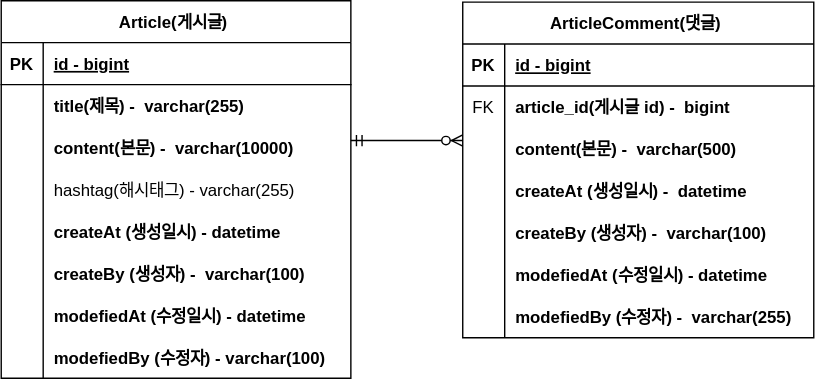
The draw.io diagram document/project-board-ERD.drawio.svg in tagi23/board-project, before a commit. Source tidied: cells renumbered, new cells last; positions are measured from the earlier drawing's top-left corner, leaving out a move shared by most shapes.
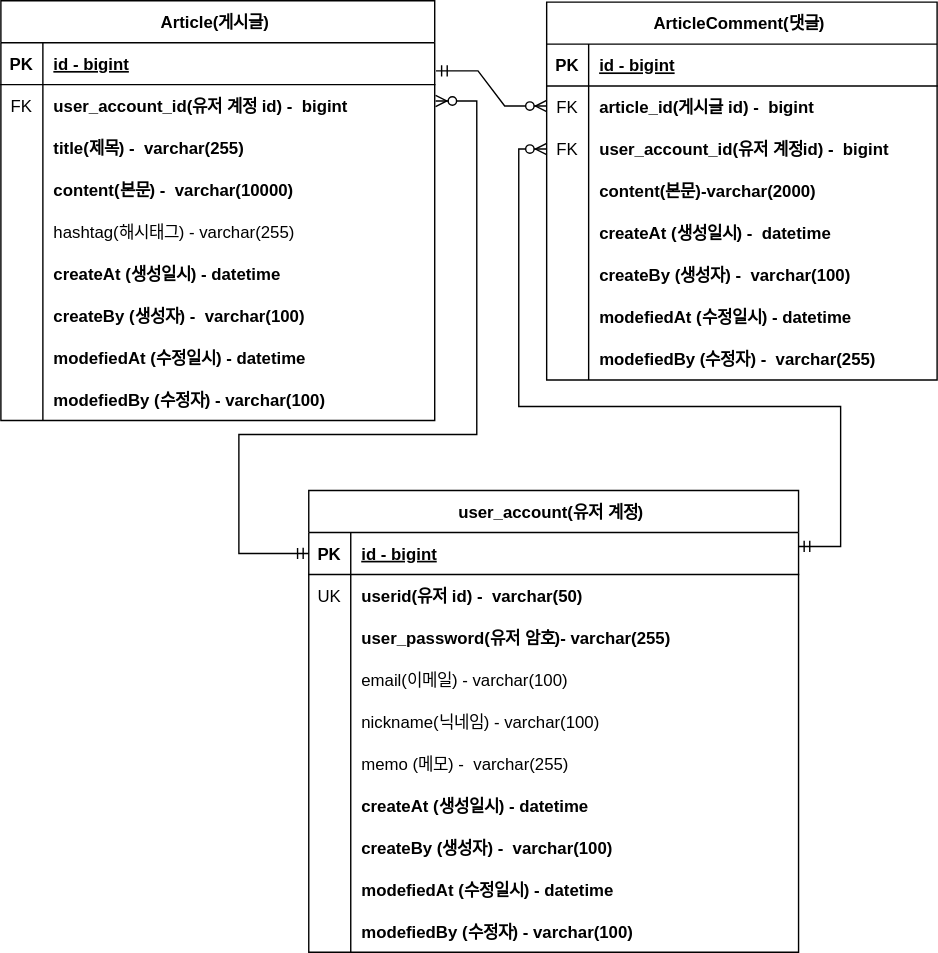
Above is the later version.

Commit message:
project-board-ERD에 userAccount 이름으로 회원 계정 도메인 생성

The edit, as a diff of the source:
```diff
@@ -5,6 +5,6 @@
     <mxCell id="2" value="Article(게시글) " style="shape=table;startSize=30;rowLines=0;fontStyle=1;align=center;" parent="1" vertex="1">
-      <mxGeometry width="250" height="270" as="geometry" />
+      <mxGeometry x="-60" width="310" height="300" as="geometry" />
     </mxCell>
     <mxCell id="3" style="shape=partialRectangle;fillColor=none;points=[[0,0.5],[1,0.5]];portConstraint=eastwest;top=0;left=0;right=0;bottom=1;" parent="2" vertex="1">
-      <mxGeometry y="30" width="250" height="30" as="geometry" />
+      <mxGeometry y="30" width="310" height="30" as="geometry" />
     </mxCell>
@@ -14,15 +14,24 @@
     <mxCell id="5" value="id - bigint" style="shape=partialRectangle;overflow=hidden;fillColor=none;top=0;left=0;bottom=0;right=0;align=left;spacingLeft=6;fontStyle=5;" parent="3" vertex="1">
-      <mxGeometry x="30" width="220" height="30" as="geometry" />
+      <mxGeometry x="30" width="280" height="30" as="geometry" />
     </mxCell>
     <mxCell id="6" style="shape=partialRectangle;fillColor=none;points=[[0,0.5],[1,0.5]];portConstraint=eastwest;top=0;left=0;right=0;bottom=0;" parent="2" vertex="1">
-      <mxGeometry y="60" width="250" height="30" as="geometry" />
+      <mxGeometry y="60" width="310" height="30" as="geometry" />
     </mxCell>
-    <mxCell id="7" style="shape=partialRectangle;overflow=hidden;fillColor=none;top=0;left=0;bottom=0;right=0;" parent="6" vertex="1">
+    <mxCell id="7" value="FK" style="shape=partialRectangle;overflow=hidden;fillColor=none;top=0;left=0;bottom=0;right=0;" parent="6" vertex="1">
       <mxGeometry width="30" height="30" as="geometry" />
     </mxCell>
-    <mxCell id="8" value="title(제목) -  varchar(255)" style="shape=partialRectangle;overflow=hidden;fillColor=none;top=0;left=0;bottom=0;right=0;align=left;spacingLeft=6;fontStyle=1;" parent="6" vertex="1">
-      <mxGeometry x="30" width="220" height="30" as="geometry" />
+    <mxCell id="8" value="user_account_id(유저 계정 id) -  bigint" style="shape=partialRectangle;overflow=hidden;fillColor=none;top=0;left=0;bottom=0;right=0;align=left;spacingLeft=6;fontStyle=1;" parent="6" vertex="1">
+      <mxGeometry x="30" width="280" height="30" as="geometry" />
     </mxCell>
+    <mxCell id="50" style="shape=partialRectangle;fillColor=none;top=0;left=0;right=0;bottom=0;" parent="2" vertex="1">
+      <mxGeometry y="90" width="310" height="30" as="geometry" />
+    </mxCell>
+    <mxCell id="51" style="shape=partialRectangle;overflow=hidden;fillColor=none;top=0;left=0;bottom=0;right=0;" parent="50" vertex="1">
+      <mxGeometry width="30" height="30" as="geometry" />
+    </mxCell>
+    <mxCell id="52" value="title(제목) -  varchar(255)" style="shape=partialRectangle;overflow=hidden;fillColor=none;top=0;left=0;bottom=0;right=0;align=left;spacingLeft=6;fontStyle=1;" parent="50" vertex="1">
+      <mxGeometry x="30" width="280" height="30" as="geometry" />
+    </mxCell>
     <mxCell id="9" style="shape=partialRectangle;fillColor=none;top=0;left=0;right=0;bottom=0;" parent="2" vertex="1">
-      <mxGeometry y="90" width="250" height="30" as="geometry" />
+      <mxGeometry y="120" width="310" height="30" as="geometry" />
     </mxCell>
@@ -32,6 +41,6 @@
     <mxCell id="11" value="content(본문) -  varchar(10000)" style="shape=partialRectangle;overflow=hidden;fillColor=none;top=0;left=0;bottom=0;right=0;align=left;spacingLeft=6;fontStyle=1;" parent="9" vertex="1">
-      <mxGeometry x="30" width="220" height="30" as="geometry" />
+      <mxGeometry x="30" width="280" height="30" as="geometry" />
     </mxCell>
     <mxCell id="12" style="shape=partialRectangle;fillColor=none;top=0;left=0;right=0;bottom=0;" parent="2" vertex="1">
-      <mxGeometry y="120" width="250" height="30" as="geometry" />
+      <mxGeometry y="150" width="310" height="30" as="geometry" />
     </mxCell>
@@ -41,6 +50,6 @@
     <mxCell id="14" value="hashtag(해시태그) - varchar(255)" style="shape=partialRectangle;overflow=hidden;fillColor=none;top=0;left=0;bottom=0;right=0;align=left;spacingLeft=6;" parent="12" vertex="1">
-      <mxGeometry x="30" width="220" height="30" as="geometry" />
+      <mxGeometry x="30" width="280" height="30" as="geometry" />
     </mxCell>
     <mxCell id="15" style="shape=partialRectangle;fillColor=none;top=0;left=0;right=0;bottom=0;" parent="2" vertex="1">
-      <mxGeometry y="150" width="250" height="30" as="geometry" />
+      <mxGeometry y="180" width="310" height="30" as="geometry" />
     </mxCell>
@@ -50,6 +59,6 @@
     <mxCell id="17" value="createAt (생성일시) - datetime" style="shape=partialRectangle;overflow=hidden;fillColor=none;top=0;left=0;bottom=0;right=0;align=left;spacingLeft=6;fontStyle=1;" parent="15" vertex="1">
-      <mxGeometry x="30" width="220" height="30" as="geometry" />
+      <mxGeometry x="30" width="280" height="30" as="geometry" />
     </mxCell>
     <mxCell id="18" style="shape=partialRectangle;fillColor=none;top=0;left=0;right=0;bottom=0;" parent="2" vertex="1">
-      <mxGeometry y="180" width="250" height="30" as="geometry" />
+      <mxGeometry y="210" width="310" height="30" as="geometry" />
     </mxCell>
@@ -59,6 +68,6 @@
     <mxCell id="20" value="createBy (생성자) -  varchar(100)" style="shape=partialRectangle;overflow=hidden;fillColor=none;top=0;left=0;bottom=0;right=0;align=left;spacingLeft=6;fontStyle=1;" parent="18" vertex="1">
-      <mxGeometry x="30" width="220" height="30" as="geometry" />
+      <mxGeometry x="30" width="280" height="30" as="geometry" />
     </mxCell>
     <mxCell id="21" style="shape=partialRectangle;fillColor=none;top=0;left=0;right=0;bottom=0;" parent="2" vertex="1">
-      <mxGeometry y="210" width="250" height="30" as="geometry" />
+      <mxGeometry y="240" width="310" height="30" as="geometry" />
     </mxCell>
@@ -68,6 +77,6 @@
     <mxCell id="23" value="modefiedAt (수정일시) - datetime" style="shape=partialRectangle;overflow=hidden;fillColor=none;top=0;left=0;bottom=0;right=0;align=left;spacingLeft=6;fontStyle=1;" parent="21" vertex="1">
-      <mxGeometry x="30" width="220" height="30" as="geometry" />
+      <mxGeometry x="30" width="280" height="30" as="geometry" />
     </mxCell>
     <mxCell id="24" style="shape=partialRectangle;fillColor=none;top=0;left=0;right=0;bottom=0;" parent="2" vertex="1">
-      <mxGeometry y="240" width="250" height="30" as="geometry" />
+      <mxGeometry y="270" width="310" height="30" as="geometry" />
     </mxCell>
@@ -77,9 +86,9 @@
     <mxCell id="26" value="modefiedBy (수정자) - varchar(100)" style="shape=partialRectangle;overflow=hidden;fillColor=none;top=0;left=0;bottom=0;right=0;align=left;spacingLeft=6;fontStyle=1;" parent="24" vertex="1">
-      <mxGeometry x="30" width="220" height="30" as="geometry" />
+      <mxGeometry x="30" width="280" height="30" as="geometry" />
     </mxCell>
     <mxCell id="27" value="ArticleComment(댓글) " style="shape=table;startSize=30;rowLines=0;fontStyle=1;align=center;" parent="1" vertex="1">
-      <mxGeometry x="330" y="1" width="251" height="240" as="geometry" />
+      <mxGeometry x="330" y="1" width="279" height="270" as="geometry" />
     </mxCell>
     <mxCell id="28" style="shape=partialRectangle;fillColor=none;top=0;left=0;right=0;bottom=1;" parent="27" vertex="1">
-      <mxGeometry y="30" width="251" height="30" as="geometry" />
+      <mxGeometry y="30" width="279" height="30" as="geometry" />
     </mxCell>
@@ -89,6 +98,6 @@
     <mxCell id="30" value="id - bigint" style="shape=partialRectangle;overflow=hidden;fillColor=none;top=0;left=0;bottom=0;right=0;align=left;spacingLeft=6;fontStyle=5;" parent="28" vertex="1">
-      <mxGeometry x="30" width="221" height="30" as="geometry" />
+      <mxGeometry x="30" width="249" height="30" as="geometry" />
     </mxCell>
     <mxCell id="31" style="shape=partialRectangle;fillColor=none;top=0;left=0;right=0;bottom=0;" parent="27" vertex="1">
-      <mxGeometry y="60" width="251" height="30" as="geometry" />
+      <mxGeometry y="60" width="279" height="30" as="geometry" />
     </mxCell>
@@ -98,15 +107,24 @@
     <mxCell id="33" value="article_id(게시글 id) -  bigint" style="shape=partialRectangle;overflow=hidden;fillColor=none;top=0;left=0;bottom=0;right=0;align=left;spacingLeft=6;fontStyle=1;" parent="31" vertex="1">
-      <mxGeometry x="30" width="221" height="30" as="geometry" />
+      <mxGeometry x="30" width="249" height="30" as="geometry" />
     </mxCell>
     <mxCell id="34" style="shape=partialRectangle;fillColor=none;points=[[0,0.5],[1,0.5]];portConstraint=eastwest;top=0;left=0;right=0;bottom=0;" parent="27" vertex="1">
-      <mxGeometry y="90" width="251" height="30" as="geometry" />
+      <mxGeometry y="90" width="279" height="30" as="geometry" />
     </mxCell>
-    <mxCell id="35" style="shape=partialRectangle;overflow=hidden;fillColor=none;top=0;left=0;bottom=0;right=0;" parent="34" vertex="1">
+    <mxCell id="35" value="FK" style="shape=partialRectangle;overflow=hidden;fillColor=none;top=0;left=0;bottom=0;right=0;" parent="34" vertex="1">
       <mxGeometry width="30" height="30" as="geometry" />
     </mxCell>
-    <mxCell id="36" value="content(본문) -  varchar(500)" style="shape=partialRectangle;overflow=hidden;fillColor=none;top=0;left=0;bottom=0;right=0;align=left;spacingLeft=6;fontStyle=1;" parent="34" vertex="1">
-      <mxGeometry x="30" width="221" height="30" as="geometry" />
+    <mxCell id="36" value="user_account_id(유저 계정id) -  bigint" style="shape=partialRectangle;overflow=hidden;fillColor=none;top=0;left=0;bottom=0;right=0;align=left;spacingLeft=6;fontStyle=1;" parent="34" vertex="1">
+      <mxGeometry x="30" width="249" height="30" as="geometry" />
     </mxCell>
+    <mxCell id="53" style="shape=partialRectangle;fillColor=none;top=0;left=0;right=0;bottom=0;" parent="27" vertex="1">
+      <mxGeometry y="120" width="279" height="30" as="geometry" />
+    </mxCell>
+    <mxCell id="54" style="shape=partialRectangle;overflow=hidden;fillColor=none;top=0;left=0;bottom=0;right=0;" parent="53" vertex="1">
+      <mxGeometry width="30" height="30" as="geometry" />
+    </mxCell>
+    <mxCell id="55" value="content(본문)-varchar(2000)" style="shape=partialRectangle;overflow=hidden;fillColor=none;top=0;left=0;bottom=0;right=0;align=left;spacingLeft=6;fontStyle=1;" parent="53" vertex="1">
+      <mxGeometry x="30" width="249" height="30" as="geometry" />
+    </mxCell>
     <mxCell id="37" style="shape=partialRectangle;fillColor=none;top=0;left=0;right=0;bottom=0;" parent="27" vertex="1">
-      <mxGeometry y="120" width="251" height="30" as="geometry" />
+      <mxGeometry y="150" width="279" height="30" as="geometry" />
     </mxCell>
@@ -116,6 +134,6 @@
     <mxCell id="39" value="createAt (생성일시) -  datetime" style="shape=partialRectangle;overflow=hidden;fillColor=none;top=0;left=0;bottom=0;right=0;align=left;spacingLeft=6;fontStyle=1;" parent="37" vertex="1">
-      <mxGeometry x="30" width="221" height="30" as="geometry" />
+      <mxGeometry x="30" width="249" height="30" as="geometry" />
     </mxCell>
     <mxCell id="40" style="shape=partialRectangle;fillColor=none;top=0;left=0;right=0;bottom=0;" parent="27" vertex="1">
-      <mxGeometry y="150" width="251" height="30" as="geometry" />
+      <mxGeometry y="180" width="279" height="30" as="geometry" />
     </mxCell>
@@ -125,6 +143,6 @@
     <mxCell id="42" value="createBy (생성자) -  varchar(100)" style="shape=partialRectangle;overflow=hidden;fillColor=none;top=0;left=0;bottom=0;right=0;align=left;spacingLeft=6;fontStyle=1;" parent="40" vertex="1">
-      <mxGeometry x="30" width="221" height="30" as="geometry" />
+      <mxGeometry x="30" width="249" height="30" as="geometry" />
     </mxCell>
     <mxCell id="43" style="shape=partialRectangle;fillColor=none;top=0;left=0;right=0;bottom=0;" parent="27" vertex="1">
-      <mxGeometry y="180" width="251" height="30" as="geometry" />
+      <mxGeometry y="210" width="279" height="30" as="geometry" />
     </mxCell>
@@ -134,6 +152,6 @@
     <mxCell id="45" value="modefiedAt (수정일시) - datetime" style="shape=partialRectangle;overflow=hidden;fillColor=none;top=0;left=0;bottom=0;right=0;align=left;spacingLeft=6;fontStyle=1;" parent="43" vertex="1">
-      <mxGeometry x="30" width="221" height="30" as="geometry" />
+      <mxGeometry x="30" width="249" height="30" as="geometry" />
     </mxCell>
     <mxCell id="46" style="shape=partialRectangle;fillColor=none;top=0;left=0;right=0;bottom=0;" parent="27" vertex="1">
-      <mxGeometry y="210" width="251" height="30" as="geometry" />
+      <mxGeometry y="240" width="279" height="30" as="geometry" />
     </mxCell>
@@ -143,10 +161,123 @@
     <mxCell id="48" value="modefiedBy (수정자) -  varchar(255)" style="shape=partialRectangle;overflow=hidden;fillColor=none;top=0;left=0;bottom=0;right=0;align=left;spacingLeft=6;fontStyle=1;" parent="46" vertex="1">
-      <mxGeometry x="30" width="221" height="30" as="geometry" />
+      <mxGeometry x="30" width="249" height="30" as="geometry" />
     </mxCell>
-    <mxCell id="49" style="edgeStyle=entityRelationEdgeStyle;fontSize=12;html=1;endArrow=ERzeroToMany;startArrow=ERmandOne;rounded=0;entryX=-0.006;entryY=0.287;entryDx=0;entryDy=0;entryPerimeter=0;" parent="1" edge="1">
+    <mxCell id="49" style="edgeStyle=entityRelationEdgeStyle;fontSize=12;html=1;endArrow=ERzeroToMany;startArrow=ERmandOne;rounded=0;entryX=-0.013;entryY=0.476;entryDx=0;entryDy=0;entryPerimeter=0;exitX=1.003;exitY=0.671;exitDx=0;exitDy=0;exitPerimeter=0;" parent="1" edge="1" source="3">
       <mxGeometry relative="1" as="geometry">
-        <mxPoint x="250" y="100" as="sourcePoint" />
-        <mxPoint x="330" y="100" as="targetPoint" />
+        <mxPoint x="330" y="75.3" as="targetPoint" />
       </mxGeometry>
     </mxCell>
+    <mxCell id="56" value="user_account(유저 계정) " style="shape=table;startSize=30;rowLines=0;fontStyle=1;align=center;" parent="1" vertex="1">
+      <mxGeometry x="160" y="350" width="350" height="330" as="geometry" />
+    </mxCell>
+    <mxCell id="57" style="shape=partialRectangle;fillColor=none;points=[[0,0.5],[1,0.5]];portConstraint=eastwest;top=0;left=0;right=0;bottom=1;" parent="56" vertex="1">
+      <mxGeometry y="30" width="350" height="30" as="geometry" />
+    </mxCell>
+    <mxCell id="58" value="PK" style="shape=partialRectangle;overflow=hidden;fillColor=none;top=0;left=0;bottom=0;right=0;fontStyle=1;" parent="57" vertex="1">
+      <mxGeometry width="30" height="30" as="geometry" />
+    </mxCell>
+    <mxCell id="59" value="id - bigint" style="shape=partialRectangle;overflow=hidden;fillColor=none;top=0;left=0;bottom=0;right=0;align=left;spacingLeft=6;fontStyle=5;" parent="57" vertex="1">
+      <mxGeometry x="30" width="320" height="30" as="geometry" />
+    </mxCell>
+    <mxCell id="60" style="shape=partialRectangle;fillColor=none;top=0;left=0;right=0;bottom=0;" parent="56" vertex="1">
+      <mxGeometry y="60" width="350" height="30" as="geometry" />
+    </mxCell>
+    <mxCell id="61" value="UK" style="shape=partialRectangle;overflow=hidden;fillColor=none;top=0;left=0;bottom=0;right=0;" parent="60" vertex="1">
+      <mxGeometry width="30" height="30" as="geometry" />
+    </mxCell>
+    <mxCell id="62" value="userid(유저 id) -  varchar(50)" style="shape=partialRectangle;overflow=hidden;fillColor=none;top=0;left=0;bottom=0;right=0;align=left;spacingLeft=6;fontStyle=1;" parent="60" vertex="1">
+      <mxGeometry x="30" width="320" height="30" as="geometry" />
+    </mxCell>
+    <mxCell id="63" style="shape=partialRectangle;fillColor=none;top=0;left=0;right=0;bottom=0;" parent="56" vertex="1">
+      <mxGeometry y="90" width="350" height="30" as="geometry" />
+    </mxCell>
+    <mxCell id="64" style="shape=partialRectangle;overflow=hidden;fillColor=none;top=0;left=0;bottom=0;right=0;" parent="63" vertex="1">
+      <mxGeometry width="30" height="30" as="geometry" />
+    </mxCell>
+    <mxCell id="65" value="user_password(유저 암호)- varchar(255)" style="shape=partialRectangle;overflow=hidden;fillColor=none;top=0;left=0;bottom=0;right=0;align=left;spacingLeft=6;fontStyle=1;" parent="63" vertex="1">
+      <mxGeometry x="30" width="320" height="30" as="geometry" />
+    </mxCell>
+    <mxCell id="66" style="shape=partialRectangle;fillColor=none;top=0;left=0;right=0;bottom=0;" parent="56" vertex="1">
+      <mxGeometry y="120" width="350" height="30" as="geometry" />
+    </mxCell>
+    <mxCell id="67" style="shape=partialRectangle;overflow=hidden;fillColor=none;top=0;left=0;bottom=0;right=0;" parent="66" vertex="1">
+      <mxGeometry width="30" height="30" as="geometry" />
+    </mxCell>
+    <mxCell id="68" value="email(이메일) - varchar(100)" style="shape=partialRectangle;overflow=hidden;fillColor=none;top=0;left=0;bottom=0;right=0;align=left;spacingLeft=6;" parent="66" vertex="1">
+      <mxGeometry x="30" width="320" height="30" as="geometry" />
+    </mxCell>
+    <mxCell id="69" style="shape=partialRectangle;fillColor=none;top=0;left=0;right=0;bottom=0;" parent="56" vertex="1">
+      <mxGeometry y="150" width="350" height="30" as="geometry" />
+    </mxCell>
+    <mxCell id="70" style="shape=partialRectangle;overflow=hidden;fillColor=none;top=0;left=0;bottom=0;right=0;" parent="69" vertex="1">
+      <mxGeometry width="30" height="30" as="geometry" />
+    </mxCell>
+    <mxCell id="71" value="nickname(닉네임) - varchar(100)" style="shape=partialRectangle;overflow=hidden;fillColor=none;top=0;left=0;bottom=0;right=0;align=left;spacingLeft=6;fontStyle=0;" parent="69" vertex="1">
+      <mxGeometry x="30" width="320" height="30" as="geometry" />
+    </mxCell>
+    <mxCell id="72" style="shape=partialRectangle;fillColor=none;top=0;left=0;right=0;bottom=0;" parent="56" vertex="1">
+      <mxGeometry y="180" width="350" height="30" as="geometry" />
+    </mxCell>
+    <mxCell id="73" style="shape=partialRectangle;overflow=hidden;fillColor=none;top=0;left=0;bottom=0;right=0;" parent="72" vertex="1">
+      <mxGeometry width="30" height="30" as="geometry" />
+    </mxCell>
+    <mxCell id="74" value="memo (메모) -  varchar(255)" style="shape=partialRectangle;overflow=hidden;fillColor=none;top=0;left=0;bottom=0;right=0;align=left;spacingLeft=6;fontStyle=0;" parent="72" vertex="1">
+      <mxGeometry x="30" width="320" height="30" as="geometry" />
+    </mxCell>
+    <mxCell id="75" style="shape=partialRectangle;fillColor=none;top=0;left=0;right=0;bottom=0;" parent="56" vertex="1">
+      <mxGeometry y="210" width="350" height="30" as="geometry" />
+    </mxCell>
+    <mxCell id="76" style="shape=partialRectangle;overflow=hidden;fillColor=none;top=0;left=0;bottom=0;right=0;" parent="75" vertex="1">
+      <mxGeometry width="30" height="30" as="geometry" />
+    </mxCell>
+    <mxCell id="77" value="createAt (생성일시) - datetime" style="shape=partialRectangle;overflow=hidden;fillColor=none;top=0;left=0;bottom=0;right=0;align=left;spacingLeft=6;fontStyle=1;" parent="75" vertex="1">
+      <mxGeometry x="30" width="320" height="30" as="geometry" />
+    </mxCell>
+    <mxCell id="78" style="shape=partialRectangle;fillColor=none;top=0;left=0;right=0;bottom=0;" parent="56" vertex="1">
+      <mxGeometry y="240" width="350" height="30" as="geometry" />
+    </mxCell>
+    <mxCell id="79" style="shape=partialRectangle;overflow=hidden;fillColor=none;top=0;left=0;bottom=0;right=0;" parent="78" vertex="1">
+      <mxGeometry width="30" height="30" as="geometry" />
+    </mxCell>
+    <mxCell id="80" value="createBy (생성자) -  varchar(100)" style="shape=partialRectangle;overflow=hidden;fillColor=none;top=0;left=0;bottom=0;right=0;align=left;spacingLeft=6;fontStyle=1;" parent="78" vertex="1">
+      <mxGeometry x="30" width="320" height="30" as="geometry" />
+    </mxCell>
+    <mxCell id="81" style="shape=partialRectangle;fillColor=none;top=0;left=0;right=0;bottom=0;" parent="56" vertex="1">
+      <mxGeometry y="270" width="350" height="30" as="geometry" />
+    </mxCell>
+    <mxCell id="82" style="shape=partialRectangle;overflow=hidden;fillColor=none;top=0;left=0;bottom=0;right=0;" parent="81" vertex="1">
+      <mxGeometry width="30" height="30" as="geometry" />
+    </mxCell>
+    <mxCell id="83" value="modefiedAt (수정일시) - datetime" style="shape=partialRectangle;overflow=hidden;fillColor=none;top=0;left=0;bottom=0;right=0;align=left;spacingLeft=6;fontStyle=1;" parent="81" vertex="1">
+      <mxGeometry x="30" width="320" height="30" as="geometry" />
+    </mxCell>
+    <mxCell id="84" style="shape=partialRectangle;fillColor=none;top=0;left=0;right=0;bottom=0;" parent="56" vertex="1">
+      <mxGeometry y="300" width="350" height="30" as="geometry" />
+    </mxCell>
+    <mxCell id="85" style="shape=partialRectangle;overflow=hidden;fillColor=none;top=0;left=0;bottom=0;right=0;" parent="84" vertex="1">
+      <mxGeometry width="30" height="30" as="geometry" />
+    </mxCell>
+    <mxCell id="86" value="modefiedBy (수정자) - varchar(100)" style="shape=partialRectangle;overflow=hidden;fillColor=none;top=0;left=0;bottom=0;right=0;align=left;spacingLeft=6;fontStyle=1;" parent="84" vertex="1">
+      <mxGeometry x="30" width="320" height="30" as="geometry" />
+    </mxCell>
+    <mxCell id="87" style="fontSize=12;html=1;endArrow=ERzeroToMany;startArrow=ERmandOne;rounded=0;exitX=1.003;exitY=0.671;exitDx=0;exitDy=0;exitPerimeter=0;entryX=0;entryY=0.5;entryDx=0;entryDy=0;edgeStyle=orthogonalEdgeStyle;" parent="1" edge="1" target="34">
+      <mxGeometry relative="1" as="geometry">
+        <mxPoint x="510" y="390" as="sourcePoint" />
+        <Array as="points">
+          <mxPoint x="540" y="390" />
+          <mxPoint x="540" y="290" />
+          <mxPoint x="310" y="290" />
+          <mxPoint x="310" y="106" />
+        </Array>
+      </mxGeometry>
+    </mxCell>
+    <mxCell id="88" style="fontSize=12;html=1;endArrow=ERzeroToMany;startArrow=ERmandOne;rounded=0;exitX=0;exitY=0.5;exitDx=0;exitDy=0;edgeStyle=orthogonalEdgeStyle;entryX=1.002;entryY=0.389;entryDx=0;entryDy=0;entryPerimeter=0;" parent="1" edge="1" source="57" target="6">
+      <mxGeometry relative="1" as="geometry">
+        <Array as="points">
+          <mxPoint x="110" y="395" />
+          <mxPoint x="110" y="310" />
+          <mxPoint x="280" y="310" />
+          <mxPoint x="280" y="72" />
+        </Array>
+      </mxGeometry>
+    </mxCell>
   </root>
```
